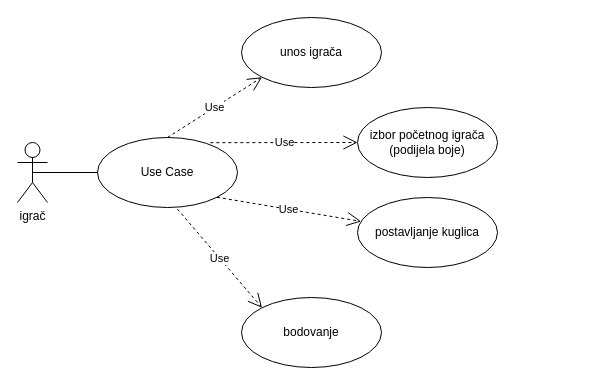
Earlier version of the draw.io diagram page "UseCase:igranje connect 4" (1 of 5) of dijagram.drawio (LauraMemedovic/connect-four). Source tidied: cells renumbered, new cells numbered last; positions are measured from the earlier drawing's top-left corner, leaving out a move shared by most shapes. Both pictures are drawn from the tidied source at 100%, with x=0, y=0 at pixel (17, 17).
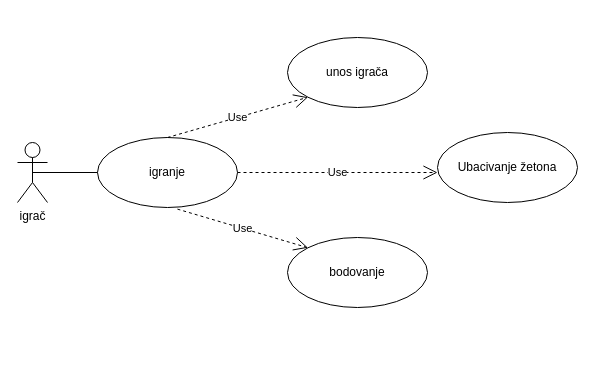
After the change.

Diff of the diagram source:
```diff
@@
 <mxGraphModel>
   <root>
     <mxCell id="0" />
     <mxCell id="1" parent="0" />
     <mxCell id="2" value="igrač" style="shape=umlActor;verticalLabelPosition=bottom;verticalAlign=top;html=1;" parent="1" vertex="1">
       <mxGeometry y="125" width="30" height="60" as="geometry" />
     </mxCell>
-    <mxCell id="3" value="Use Case" style="ellipse;whiteSpace=wrap;html=1;" parent="1" vertex="1">
+    <mxCell id="3" value="igranje" style="ellipse;whiteSpace=wrap;html=1;" parent="1" vertex="1">
       <mxGeometry x="80" y="120" width="140" height="70" as="geometry" />
     </mxCell>
     <mxCell id="4" style="endArrow=none;html=1;entryX=0;entryY=0.5;entryDx=0;entryDy=0;exitX=0.5;exitY=0.5;exitDx=0;exitDy=0;exitPerimeter=0;" parent="1" edge="1" source="2" target="3">
       <mxGeometry relative="1" as="geometry" />
     </mxCell>
     <mxCell id="5" value="unos igrača" style="ellipse;whiteSpace=wrap;html=1;" parent="1" vertex="1">
-      <mxGeometry x="224" width="140" height="70" as="geometry" />
+      <mxGeometry x="270" y="20" width="140" height="70" as="geometry" />
     </mxCell>
-    <mxCell id="6" value="izbor početnog igrača&lt;br&gt;(podijela boje)" style="ellipse;whiteSpace=wrap;html=1;" parent="1" vertex="1">
-      <mxGeometry x="340" y="90" width="140" height="70" as="geometry" />
-    </mxCell>
-    <mxCell id="7" value="postavljanje kuglica" style="ellipse;whiteSpace=wrap;html=1;" parent="1" vertex="1">
-      <mxGeometry x="340" y="180" width="140" height="70" as="geometry" />
-    </mxCell>
     <mxCell id="8" value="bodovanje" style="ellipse;whiteSpace=wrap;html=1;" parent="1" vertex="1">
-      <mxGeometry x="224" y="280" width="140" height="70" as="geometry" />
+      <mxGeometry x="270" y="220" width="140" height="70" as="geometry" />
     </mxCell>
     <mxCell id="9" value="Use" style="endArrow=open;endSize=12;dashed=1;html=1;exitX=0.5;exitY=0;exitDx=0;exitDy=0;entryX=0;entryY=1;entryDx=0;entryDy=0;" parent="1" edge="1" source="3" target="5">
       <mxGeometry relative="1" as="geometry" />
     </mxCell>
-    <mxCell id="10" value="Use" style="endArrow=open;endSize=12;dashed=1;html=1;exitX=0.806;exitY=0.074;exitDx=0;exitDy=0;exitPerimeter=0;entryX=0;entryY=0.5;entryDx=0;entryDy=0;" parent="1" edge="1" source="3" target="6">
-      <mxGeometry relative="1" as="geometry" />
+    <mxCell id="10" value="Use" style="endArrow=open;endSize=12;dashed=1;html=1;exitX=1;exitY=0.5;exitDx=0;exitDy=0;" parent="1" edge="1" source="3">
+      <mxGeometry relative="1" as="geometry">
+        <mxPoint x="420" y="155" as="targetPoint" />
+      </mxGeometry>
     </mxCell>
     <mxCell id="11" value="Use" style="endArrow=open;endSize=12;dashed=1;html=1;exitX=0.571;exitY=1.023;exitDx=0;exitDy=0;exitPerimeter=0;entryX=0;entryY=0;entryDx=0;entryDy=0;" parent="1" edge="1" source="3" target="8">
       <mxGeometry relative="1" as="geometry" />
     </mxCell>
-    <mxCell id="12" value="Use" style="endArrow=open;endSize=12;dashed=1;html=1;exitX=1;exitY=1;exitDx=0;exitDy=0;" parent="1" edge="1" source="3" target="7">
-      <mxGeometry relative="1" as="geometry" />
-    </mxCell>
+    <mxCell id="13" value="Ubacivanje žetona" style="ellipse;whiteSpace=wrap;html=1;" parent="1" vertex="1">
+      <mxGeometry x="420" y="115" width="140" height="70" as="geometry" />
+    </mxCell>
   </root>
 </mxGraphModel>
```
